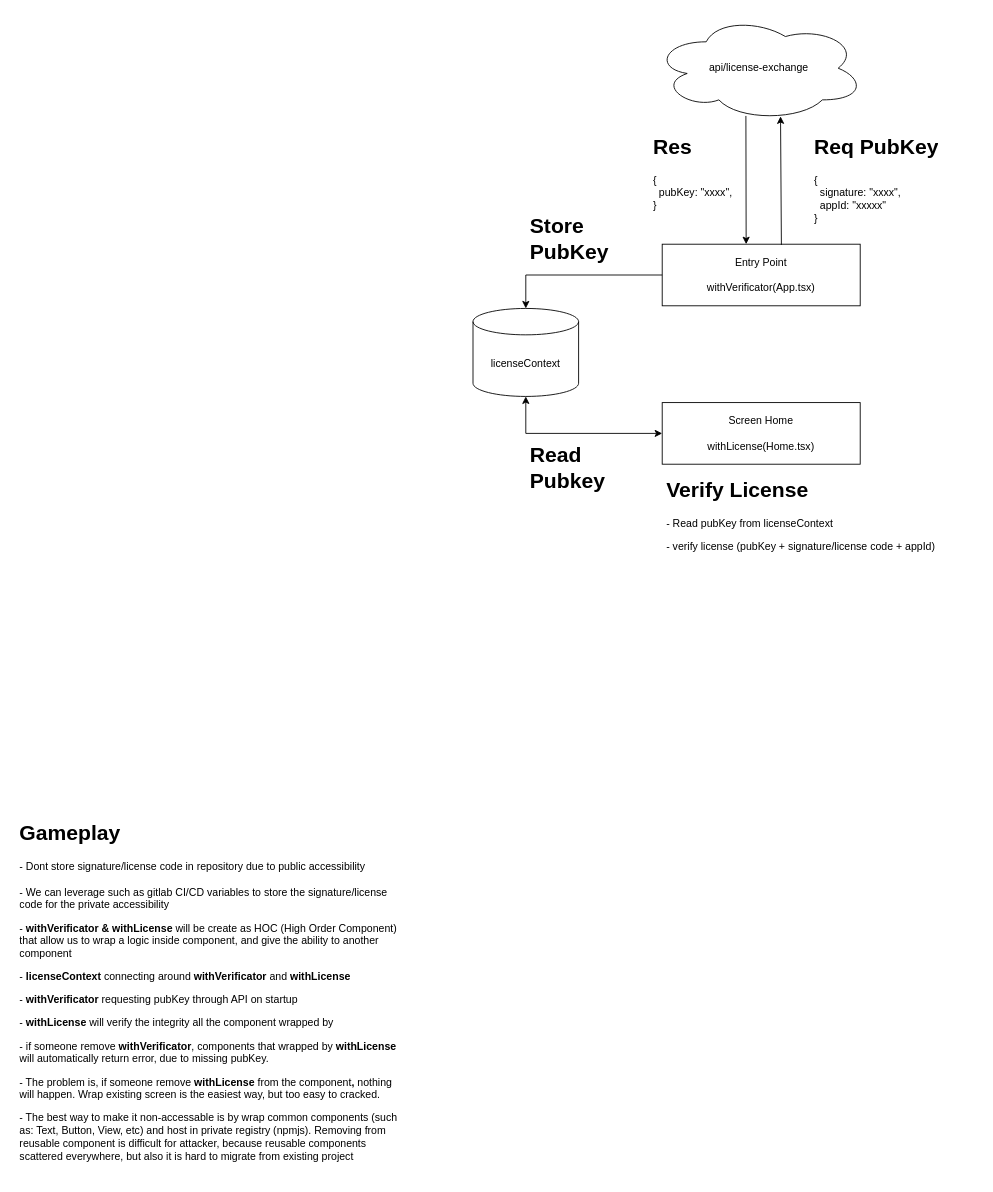
This is page "license verification" (2 of 2) of drawio/rn-licensing.drawio from bobbyecho/rn-licensing, a draw.io file, before an edit. Source tidied: cells renumbered, new cells numbered last; positions are measured from the earlier drawing's top-left corner, leaving out a move shared by most shapes. Both pictures are drawn from the tidied source at 88%, with x=0, y=0 at pixel (15, 15).
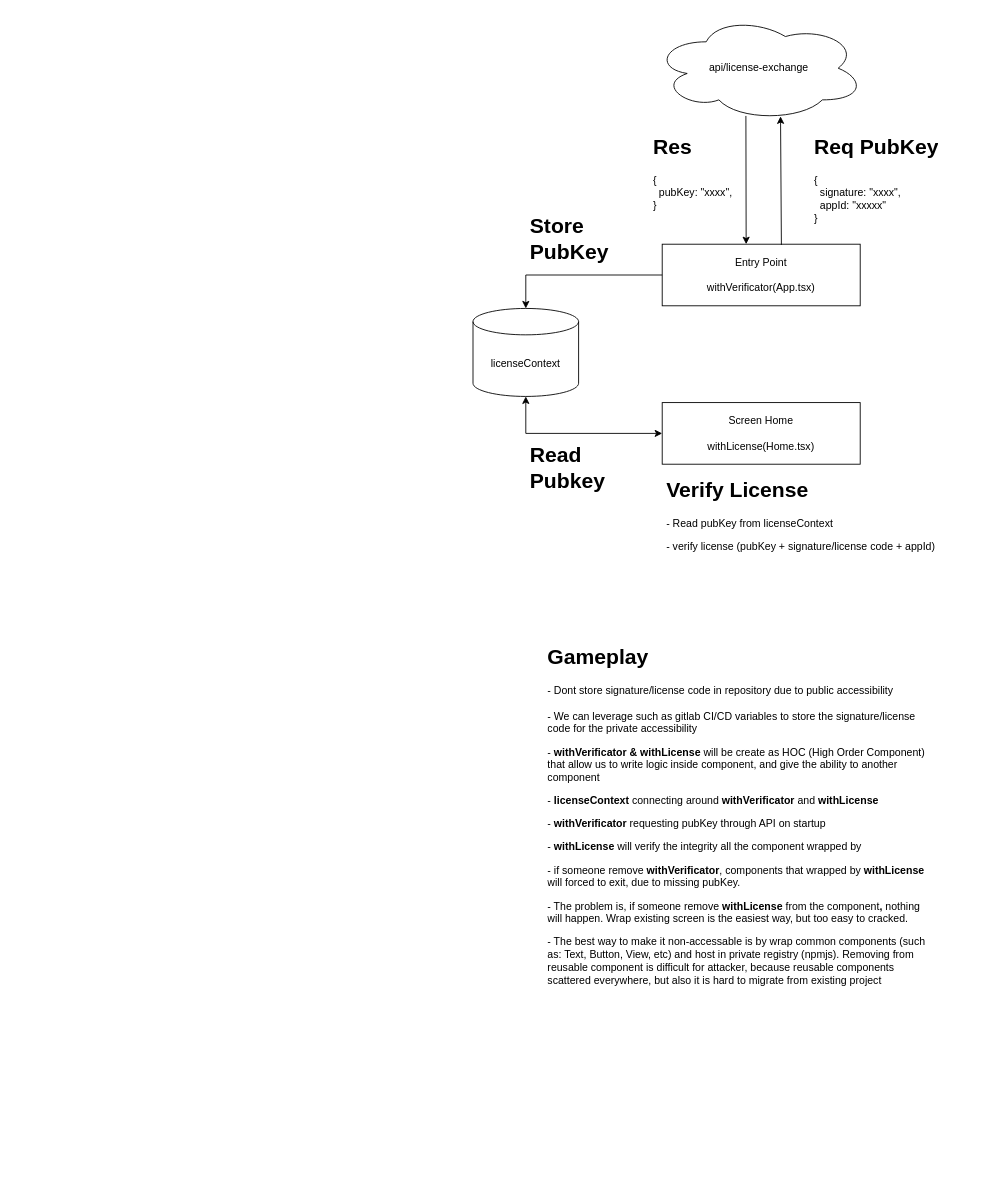
After the change.

What changed in the source:
```diff
@@
 <mxGraphModel>
   <root>
     <mxCell id="0" />
     <mxCell id="1" parent="0" />
     <mxCell id="2" value="Entry Point&lt;br&gt;&lt;br&gt;withVerificator(App.tsx)" style="rounded=0;whiteSpace=wrap;html=1;" parent="1" vertex="1">
       <mxGeometry x="735" y="260" width="225" height="70" as="geometry" />
     </mxCell>
     <mxCell id="3" value="licenseContext" style="shape=cylinder3;whiteSpace=wrap;html=1;boundedLbl=1;backgroundOutline=1;size=15;" parent="1" vertex="1">
       <mxGeometry x="520" y="333" width="120" height="100" as="geometry" />
     </mxCell>
     <mxCell id="4" value="Screen Home&lt;br&gt;&lt;br&gt;withLicense(Home.tsx)" style="rounded=0;whiteSpace=wrap;html=1;" parent="1" vertex="1">
       <mxGeometry x="735" y="440" width="225" height="70" as="geometry" />
     </mxCell>
     <mxCell id="5" value="api/license-exchange" style="ellipse;shape=cloud;whiteSpace=wrap;html=1;" parent="1" vertex="1">
       <mxGeometry x="725" width="240" height="120" as="geometry" />
     </mxCell>
     <mxCell id="6" style="endArrow=classic;html=1;rounded=0;entryX=0.602;entryY=0.956;entryDx=0;entryDy=0;entryPerimeter=0;exitX=0.602;exitY=0.011;exitDx=0;exitDy=0;exitPerimeter=0;" parent="1" edge="1" source="2" target="5">
       <mxGeometry relative="1" as="geometry" />
     </mxCell>
     <mxCell id="7" style="endArrow=classic;html=1;rounded=0;entryX=0.5;entryY=0;entryDx=0;entryDy=0;entryPerimeter=0;exitX=0;exitY=0.5;exitDx=0;exitDy=0;" parent="1" edge="1" source="2" target="3">
       <mxGeometry relative="1" as="geometry">
         <Array as="points">
           <mxPoint x="580" y="295" />
         </Array>
       </mxGeometry>
     </mxCell>
     <mxCell id="8" value="&lt;h1&gt;Req PubKey&lt;/h1&gt;&lt;p&gt;{&lt;br&gt;&lt;span style=&quot;background-color: initial;&quot;&gt;&amp;nbsp; signature: &quot;xxxx&quot;,&lt;br&gt;&lt;/span&gt;&lt;span style=&quot;background-color: initial;&quot;&gt;&amp;nbsp; appId: &quot;xxxxx&quot;&lt;br&gt;&lt;/span&gt;&lt;span style=&quot;background-color: initial;&quot;&gt;}&lt;/span&gt;&lt;/p&gt;" style="text;html=1;strokeColor=none;fillColor=none;spacing=5;spacingTop=-20;whiteSpace=wrap;overflow=hidden;rounded=0;" parent="1" vertex="1">
       <mxGeometry x="903" y="130" width="190" height="130" as="geometry" />
     </mxCell>
     <mxCell id="9" style="endArrow=classic;html=1;rounded=0;exitX=0.438;exitY=0.952;exitDx=0;exitDy=0;exitPerimeter=0;entryX=0.424;entryY=0;entryDx=0;entryDy=0;entryPerimeter=0;" parent="1" edge="1" source="5" target="2">
       <mxGeometry relative="1" as="geometry" />
     </mxCell>
     <mxCell id="10" value="&lt;h1&gt;Res&lt;/h1&gt;&lt;p&gt;{&lt;br&gt;&lt;span style=&quot;background-color: initial;&quot;&gt;&amp;nbsp; pubKey: &quot;xxxx&quot;,&lt;/span&gt;&lt;span style=&quot;background-color: initial;&quot;&gt;&lt;br&gt;&lt;/span&gt;&lt;span style=&quot;background-color: initial;&quot;&gt;}&lt;/span&gt;&lt;/p&gt;" style="text;html=1;strokeColor=none;fillColor=none;spacing=5;spacingTop=-20;whiteSpace=wrap;overflow=hidden;rounded=0;" parent="1" vertex="1">
       <mxGeometry x="720" y="130" width="106" height="130" as="geometry" />
     </mxCell>
     <mxCell id="11" value="&lt;h1&gt;Store PubKey&lt;/h1&gt;" style="text;html=1;strokeColor=none;fillColor=none;spacing=5;spacingTop=-20;whiteSpace=wrap;overflow=hidden;rounded=0;" parent="1" vertex="1">
       <mxGeometry x="580" y="220" width="106" height="130" as="geometry" />
     </mxCell>
     <mxCell id="12" style="endArrow=classic;startArrow=classic;html=1;rounded=0;exitX=0.5;exitY=1;exitDx=0;exitDy=0;exitPerimeter=0;entryX=0;entryY=0.5;entryDx=0;entryDy=0;" parent="1" edge="1" source="3" target="4">
       <mxGeometry relative="1" as="geometry">
         <Array as="points">
           <mxPoint x="580" y="475" />
         </Array>
       </mxGeometry>
     </mxCell>
     <mxCell id="13" value="&lt;h1&gt;Read Pubkey&lt;/h1&gt;" style="text;html=1;strokeColor=none;fillColor=none;spacing=5;spacingTop=-20;whiteSpace=wrap;overflow=hidden;rounded=0;" parent="1" vertex="1">
       <mxGeometry x="580" y="480" width="106" height="65" as="geometry" />
     </mxCell>
     <mxCell id="14" value="&lt;h1&gt;Verify License&lt;/h1&gt;&lt;p&gt;- Read pubKey from licenseContext&lt;/p&gt;&lt;p&gt;- verify license (pubKey + signature/license code + appId)&amp;nbsp;&lt;/p&gt;" style="text;html=1;strokeColor=none;fillColor=none;spacing=5;spacingTop=-20;whiteSpace=wrap;overflow=hidden;rounded=0;align=left;" parent="1" vertex="1">
       <mxGeometry x="735" y="520" width="355" height="120" as="geometry" />
     </mxCell>
-    <mxCell id="15" value="&lt;h1&gt;Gameplay&lt;/h1&gt;&lt;div&gt;- Dont store signature/license code in repository due to public accessibility&lt;br&gt;&lt;br&gt;- We can leverage such as gitlab CI/CD variables to store the signature/license code for the private accessibility&lt;/div&gt;&lt;p&gt;- &lt;b&gt;withVerificator &amp;amp; withLicense&lt;/b&gt; will be create as HOC (High Order Component) that allow us to wrap a logic inside component, and give the ability to another component&lt;/p&gt;&lt;p&gt;-&amp;nbsp;&lt;b style=&quot;border-color: var(--border-color);&quot;&gt;licenseContext&amp;nbsp;&lt;/b&gt;connecting around&amp;nbsp;&lt;b style=&quot;border-color: var(--border-color);&quot;&gt;withVerificator&lt;/b&gt;&amp;nbsp;and&amp;nbsp;&lt;b style=&quot;border-color: var(--border-color);&quot;&gt;withLicense&lt;/b&gt;&lt;br&gt;&lt;/p&gt;&lt;p&gt;- &lt;b&gt;withVerificator&lt;/b&gt;&amp;nbsp;requesting pubKey through API on startup&lt;/p&gt;&lt;p&gt;- &lt;b&gt;withLicense &lt;/b&gt;will verify the integrity all the component wrapped by&lt;/p&gt;&lt;p&gt;- if someone remove &lt;b&gt;withVerificator&lt;/b&gt;, components that wrapped by &lt;b&gt;withLicense &lt;/b&gt;will automatically return error, due to missing pubKey.&lt;/p&gt;&lt;p&gt;- The problem is, if someone remove &lt;b&gt;withLicense &lt;/b&gt;from the component&lt;b&gt;, &lt;/b&gt;nothing will happen. Wrap existing screen is the easiest way, but too easy to cracked.&lt;/p&gt;&lt;p&gt;- The best way to make it non-accessable is by wrap common components (such as: Text, Button, View, etc) and host in private registry (npmjs). Removing from reusable component is difficult for attacker, because reusable components scattered everywhere, but also it is hard to migrate from existing project&amp;nbsp;&lt;/p&gt;" style="text;html=1;strokeColor=none;fillColor=none;spacing=5;spacingTop=-20;whiteSpace=wrap;overflow=hidden;rounded=0;" parent="1" vertex="1">
-      <mxGeometry y="910" width="450" height="410" as="geometry" />
+    <mxCell id="15" value="&lt;h1&gt;Gameplay&lt;/h1&gt;&lt;div&gt;- Dont store signature/license code in repository due to public accessibility&lt;br&gt;&lt;br&gt;- We can leverage such as gitlab CI/CD variables to store the signature/license code for the private accessibility&lt;/div&gt;&lt;p&gt;- &lt;b&gt;withVerificator &amp;amp; withLicense&lt;/b&gt; will be create as HOC (High Order Component) that allow us to write logic inside component, and give the ability to another component&lt;/p&gt;&lt;p&gt;-&amp;nbsp;&lt;b style=&quot;border-color: var(--border-color);&quot;&gt;licenseContext&amp;nbsp;&lt;/b&gt;connecting around&amp;nbsp;&lt;b style=&quot;border-color: var(--border-color);&quot;&gt;withVerificator&lt;/b&gt;&amp;nbsp;and&amp;nbsp;&lt;b style=&quot;border-color: var(--border-color);&quot;&gt;withLicense&lt;/b&gt;&lt;br&gt;&lt;/p&gt;&lt;p&gt;- &lt;b&gt;withVerificator&lt;/b&gt;&amp;nbsp;requesting pubKey through API on startup&lt;/p&gt;&lt;p&gt;- &lt;b&gt;withLicense &lt;/b&gt;will verify the integrity all the component wrapped by&lt;/p&gt;&lt;p&gt;- if someone remove &lt;b&gt;withVerificator&lt;/b&gt;, components that wrapped by &lt;b&gt;withLicense &lt;/b&gt;will forced to exit, due to missing pubKey.&lt;/p&gt;&lt;p&gt;- The problem is, if someone remove &lt;b&gt;withLicense &lt;/b&gt;from the component&lt;b&gt;, &lt;/b&gt;nothing will happen. Wrap existing screen is the easiest way, but too easy to cracked.&lt;/p&gt;&lt;p&gt;- The best way to make it non-accessable is by wrap common components (such as: Text, Button, View, etc) and host in private registry (npmjs). Removing from reusable component is difficult for attacker, because reusable components scattered everywhere, but also it is hard to migrate from existing project&amp;nbsp;&lt;/p&gt;" style="text;html=1;strokeColor=none;fillColor=none;spacing=5;spacingTop=-20;whiteSpace=wrap;overflow=hidden;rounded=0;" parent="1" vertex="1">
+      <mxGeometry x="600" y="710" width="450" height="410" as="geometry" />
     </mxCell>
   </root>
 </mxGraphModel>
```
